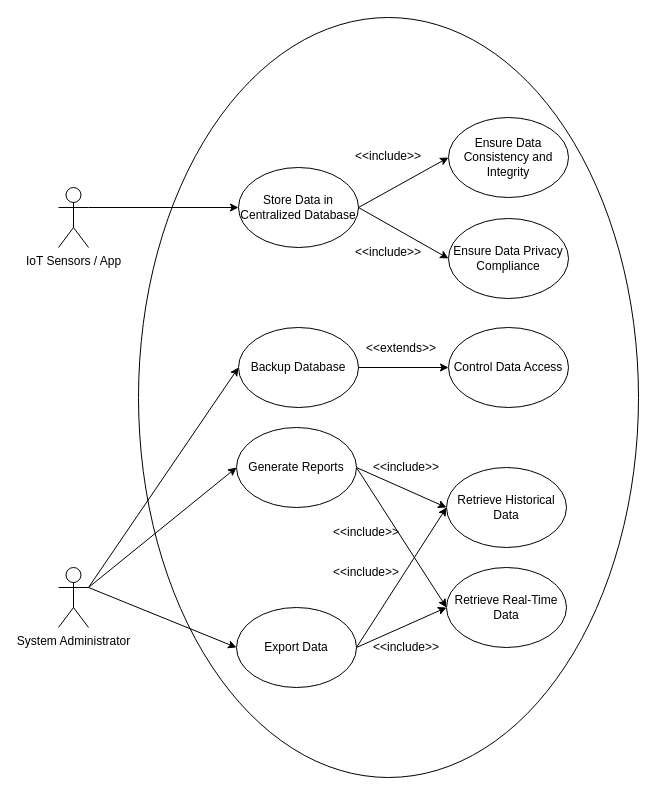
Earlier version of the draw.io diagram UseCaseDiagram.drawio (EzraChai/CMT221-Assignment). Source tidied: cells renumbered, new cells numbered last; positions are measured from the earlier drawing's top-left corner, leaving out a move shared by most shapes. Both pictures are drawn from the tidied source at 100%, with x=0, y=0 at pixel (58, 17).
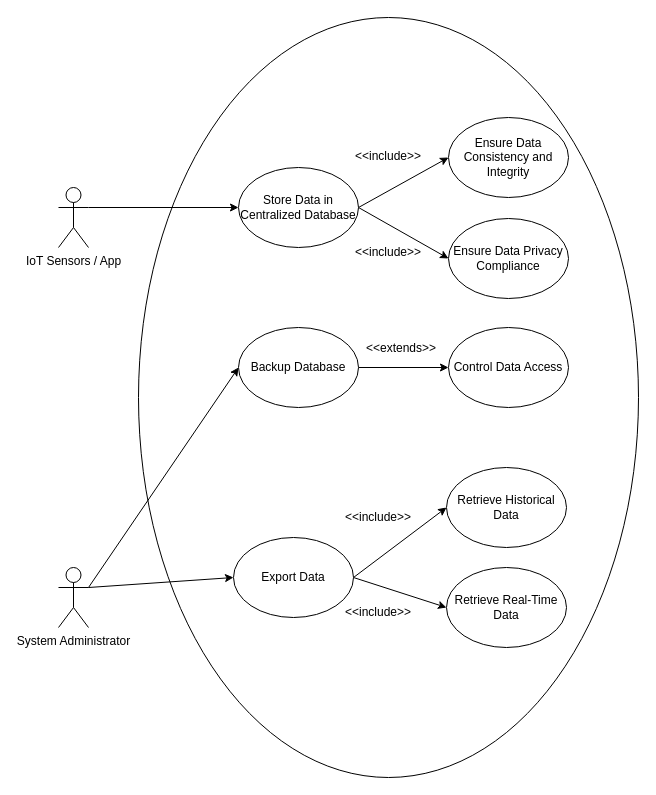
The same page after the edit.

The change refers to these unchanged cells:
```xml
<mxCell id="7" value="&lt;span&gt;System Administrator&lt;/span&gt; " style="shape=umlActor;verticalLabelPosition=bottom;verticalAlign=top;html=1;outlineConnect=0;" parent="1" vertex="1">
  <mxGeometry y="550" width="30" height="60" as="geometry" />
</mxCell>
<mxCell id="27" value="Retrieve Historical Data" style="ellipse;whiteSpace=wrap;html=1;" parent="1" vertex="1">
  <mxGeometry x="388" y="450" width="120" height="80" as="geometry" />
</mxCell>
<mxCell id="28" value="Retrieve Real-Time Data" style="ellipse;whiteSpace=wrap;html=1;" parent="1" vertex="1">
  <mxGeometry x="388" y="550" width="120" height="80" as="geometry" />
</mxCell>
```

Diff of the diagram source:
```diff
@@
-    <mxCell id="4" style="rounded=0;jettySize=auto;html=1;exitX=1;exitY=0.3333333333333333;exitDx=0;exitDy=0;exitPerimeter=0;entryX=0;entryY=0.5;entryDx=0;entryDy=0;" parent="1" edge="1" source="7" target="17">
-      <mxGeometry relative="1" as="geometry" />
-    </mxCell>
@@
-    <mxCell id="15" style="rounded=0;jettySize=auto;html=1;exitX=1;exitY=0.5;exitDx=0;exitDy=0;entryX=0;entryY=0.5;entryDx=0;entryDy=0;" parent="1" edge="1" source="17" target="27">
-      <mxGeometry relative="1" as="geometry" />
-    </mxCell>
-    <mxCell id="16" style="rounded=0;jettySize=auto;html=1;exitX=1;exitY=0.5;exitDx=0;exitDy=0;entryX=0;entryY=0.5;entryDx=0;entryDy=0;" parent="1" edge="1" source="17" target="28">
-      <mxGeometry relative="1" as="geometry" />
-    </mxCell>
-    <mxCell id="17" value="Generate Reports" style="ellipse;whiteSpace=wrap;html=1;" parent="1" vertex="1">
-      <mxGeometry x="178" y="410" width="120" height="80" as="geometry" />
-    </mxCell>
@@
     <mxCell id="21" value="Export Data" style="ellipse;whiteSpace=wrap;html=1;" parent="1" vertex="1">
-      <mxGeometry x="178" y="590" width="120" height="80" as="geometry" />
+      <mxGeometry x="175" y="520" width="120" height="80" as="geometry" />
     </mxCell>
@@
     <mxCell id="29" value="&amp;lt;&amp;lt;include&amp;gt;&amp;gt;" style="text;html=1;whiteSpace=wrap;strokeColor=none;fillColor=none;align=center;verticalAlign=middle;rounded=0;" parent="1" vertex="1">
-      <mxGeometry x="318" y="615" width="60" height="30" as="geometry" />
+      <mxGeometry x="290" y="580" width="60" height="30" as="geometry" />
     </mxCell>
     <mxCell id="30" value="&amp;lt;&amp;lt;include&amp;gt;&amp;gt;" style="text;html=1;whiteSpace=wrap;strokeColor=none;fillColor=none;align=center;verticalAlign=middle;rounded=0;" parent="1" vertex="1">
-      <mxGeometry x="278" y="540" width="60" height="30" as="geometry" />
+      <mxGeometry x="290" y="485" width="60" height="30" as="geometry" />
     </mxCell>
-    <mxCell id="31" value="&amp;lt;&amp;lt;include&amp;gt;&amp;gt;" style="text;html=1;whiteSpace=wrap;strokeColor=none;fillColor=none;align=center;verticalAlign=middle;rounded=0;" parent="1" vertex="1">
-      <mxGeometry x="278" y="500" width="60" height="30" as="geometry" />
-    </mxCell>
-    <mxCell id="32" value="&amp;lt;&amp;lt;include&amp;gt;&amp;gt;" style="text;html=1;whiteSpace=wrap;strokeColor=none;fillColor=none;align=center;verticalAlign=middle;rounded=0;" parent="1" vertex="1">
-      <mxGeometry x="318" y="435" width="60" height="30" as="geometry" />
-    </mxCell>
```
